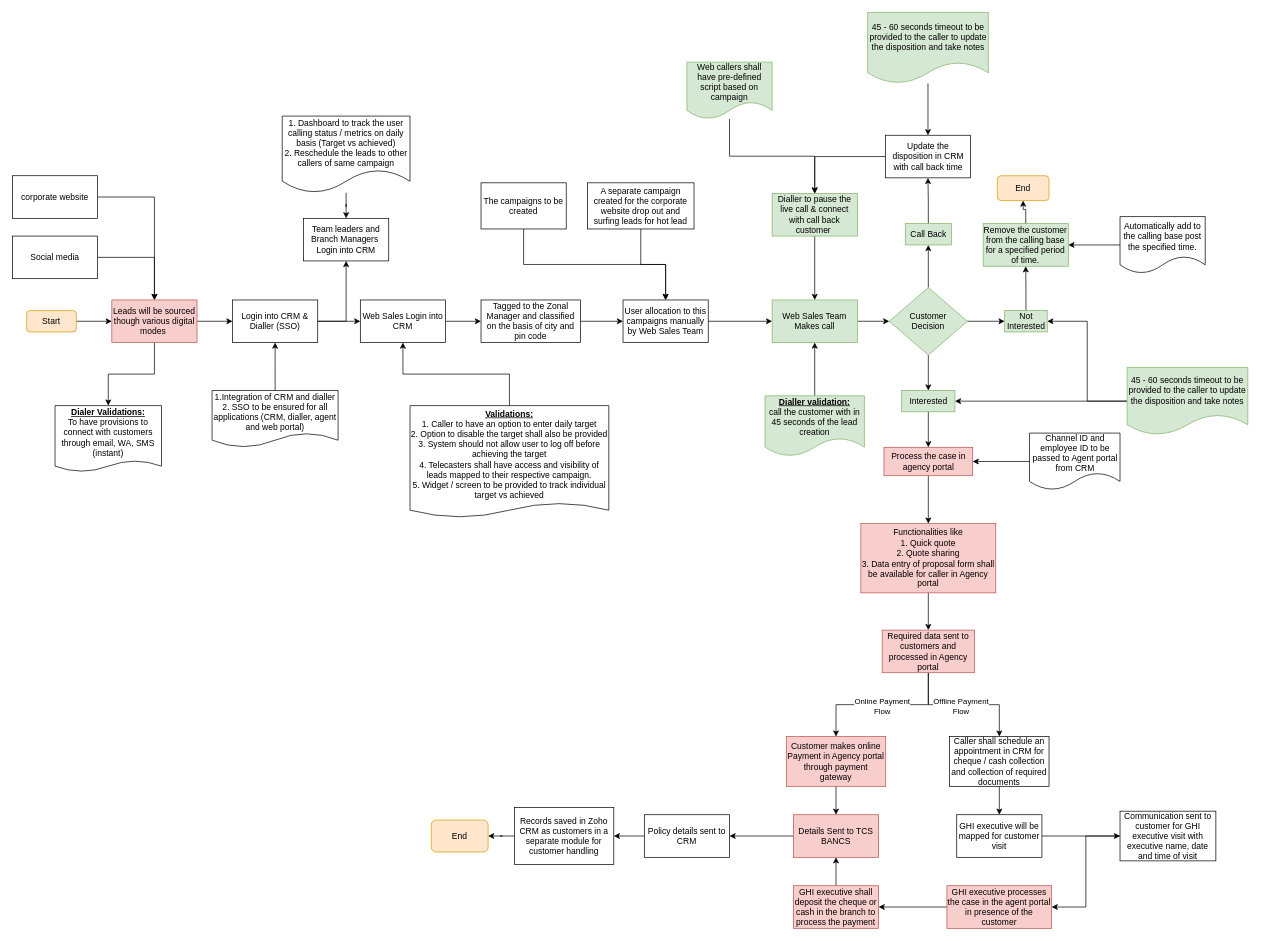
shaileshsreedar/Galaxy keeps this draw.io diagram as WebSales.drawio. Above is the earlier version. Source tidied: cells renumbered, new cells numbered last; positions are measured from the earlier drawing's top-left corner, leaving out a move shared by most shapes. Both pictures are drawn from the tidied source at 71%, with x=0, y=0 at pixel (12, 12).
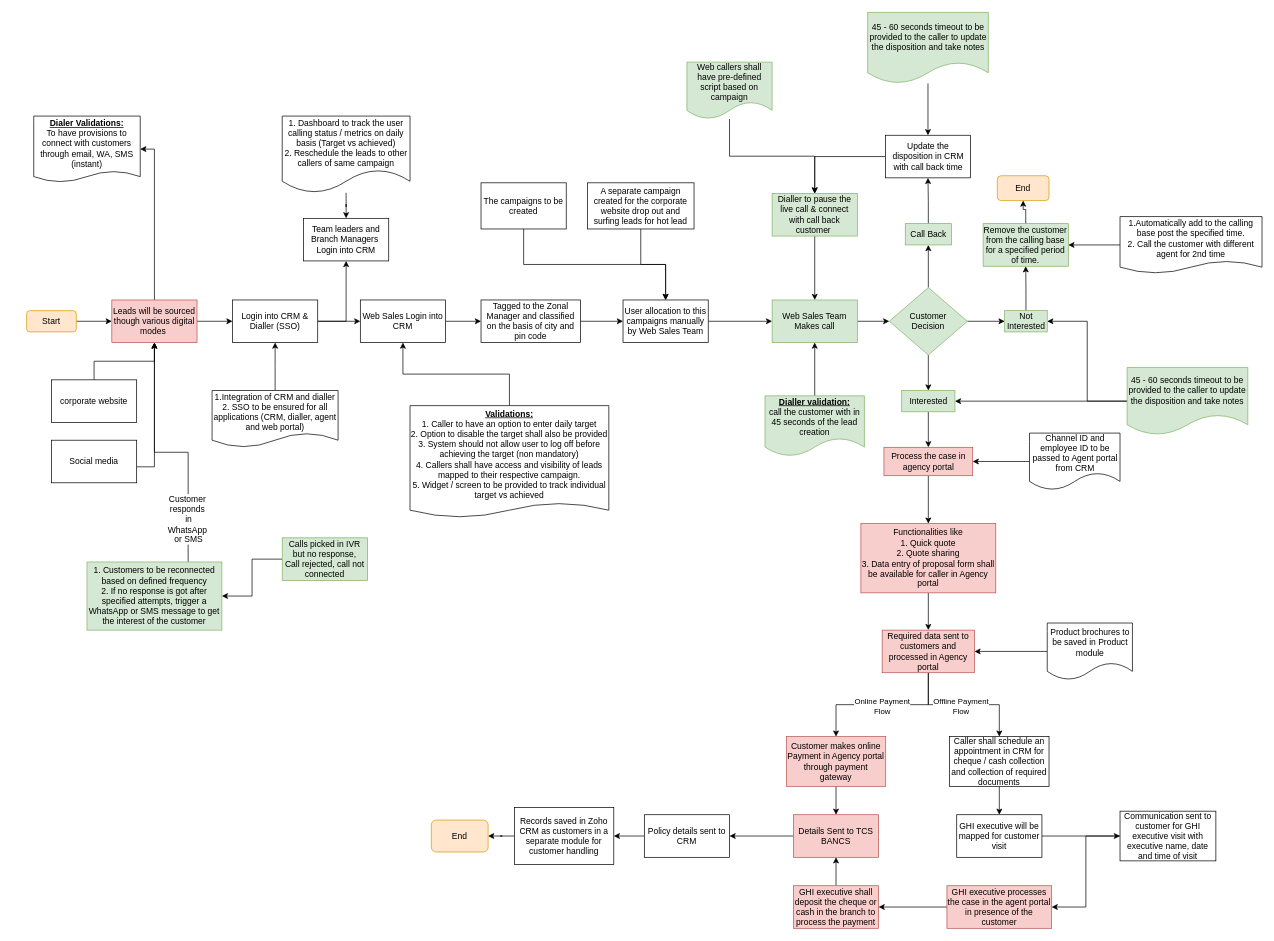
After the change.

Unchanged cells that the change refers to:
```xml
<mxCell id="4" value="Leads will be sourced though various digital modes&amp;nbsp;" style="rounded=0;whiteSpace=wrap;html=1;fillColor=#f8cecc;strokeColor=#b85450;" parent="1" vertex="1">
  <mxGeometry x="140" y="405" width="120" height="60" as="geometry" />
</mxCell>
<mxCell id="52" value="Required data sent to customers and processed in Agency portal" style="rounded=0;whiteSpace=wrap;html=1;fillColor=#f8cecc;strokeColor=#b85450;" parent="1" vertex="1">
  <mxGeometry x="1225" y="870" width="130" height="60" as="geometry" />
</mxCell>
```

What changed in the source:
```diff
@@
-    <mxCell id="3" style="edgeStyle=orthogonalEdgeStyle;rounded=0;jettySize=auto;html=1;entryX=0.5;entryY=0;entryDx=0;entryDy=0;" parent="1" edge="1" source="4" target="90">
+    <mxCell id="3" style="edgeStyle=orthogonalEdgeStyle;rounded=0;jettySize=auto;html=1;exitX=0.5;exitY=0;exitDx=0;exitDy=0;entryX=1;entryY=0.5;entryDx=0;entryDy=0;" parent="1" edge="1" source="4" target="90">
       <mxGeometry relative="1" as="geometry" />
     </mxCell>
@@
-    <mxCell id="5" style="edgeStyle=orthogonalEdgeStyle;rounded=0;jettySize=auto;html=1;entryX=0.5;entryY=0;entryDx=0;entryDy=0;exitX=1;exitY=0.5;exitDx=0;exitDy=0;" parent="1" edge="1" source="6" target="4">
-      <mxGeometry relative="1" as="geometry" />
+    <mxCell id="5" style="edgeStyle=orthogonalEdgeStyle;rounded=0;jettySize=auto;html=1;entryX=0.5;entryY=1;entryDx=0;entryDy=0;" parent="1" edge="1" source="6" target="4">
+      <mxGeometry relative="1" as="geometry">
+        <Array as="points">
+          <mxPoint x="200" y="640" />
+        </Array>
+      </mxGeometry>
     </mxCell>
     <mxCell id="6" value="Social media" style="rounded=0;whiteSpace=wrap;html=1;" parent="1" vertex="1">
-      <mxGeometry y="315" width="120" height="60" as="geometry" />
+      <mxGeometry x="55" y="602.5" width="120" height="60" as="geometry" />
     </mxCell>
-    <mxCell id="7" style="edgeStyle=orthogonalEdgeStyle;rounded=0;jettySize=auto;html=1;entryX=0.5;entryY=0;entryDx=0;entryDy=0;exitX=1;exitY=0.5;exitDx=0;exitDy=0;" parent="1" edge="1" source="8" target="4">
+    <mxCell id="7" style="edgeStyle=orthogonalEdgeStyle;rounded=0;jettySize=auto;html=1;entryX=0.5;entryY=1;entryDx=0;entryDy=0;" parent="1" edge="1" source="8" target="4">
       <mxGeometry relative="1" as="geometry" />
     </mxCell>
     <mxCell id="8" value="corporate website" style="rounded=0;whiteSpace=wrap;html=1;" parent="1" vertex="1">
-      <mxGeometry y="230" width="120" height="60" as="geometry" />
+      <mxGeometry x="55" y="517.5" width="120" height="60" as="geometry" />
     </mxCell>
@@
-    <mxCell id="71" value="&lt;span style=&quot;color: rgb(0, 0, 0); font-family: Helvetica; font-size: 12px; font-style: normal; font-variant-ligatures: normal; font-variant-caps: normal; font-weight: 400; letter-spacing: normal; orphans: 2; text-align: center; text-indent: 0px; text-transform: none; widows: 2; word-spacing: 0px; -webkit-text-stroke-width: 0px; white-space: normal; background-color: rgb(251, 251, 251); text-decoration-thickness: initial; text-decoration-style: initial; text-decoration-color: initial; display: inline !important; float: none;&quot;&gt;Automatically add to the calling base post the specified time.&lt;/span&gt;" style="shape=document;whiteSpace=wrap;html=1;boundedLbl=1;" parent="1" vertex="1">
-      <mxGeometry x="1560" y="287.5" width="120" height="80" as="geometry" />
+    <mxCell id="71" value="1.Automatically add to the calling base post the specified time.&lt;div&gt;2. Call the customer with different agent for 2nd time&lt;/div&gt;" style="shape=document;whiteSpace=wrap;html=1;boundedLbl=1;size=0.21875;" parent="1" vertex="1">
+      <mxGeometry x="1560" y="287.5" width="200" height="80" as="geometry" />
     </mxCell>
@@
-    <mxCell id="83" value="&lt;b&gt;&lt;u&gt;Validations:&lt;/u&gt;&lt;/b&gt;&lt;div&gt;1. Caller to have an option to enter daily target&lt;div&gt;2. Option to disable the target shall also be provided&lt;/div&gt;&lt;div&gt;3. System should not allow user to log off before achieving the target&lt;/div&gt;&lt;/div&gt;&lt;div&gt;4. Telecasters shall have access and visibility of leads mapped to their respective campaign.&lt;/div&gt;&lt;div&gt;5. Widget / screen to be provided to track individual target vs achieved&lt;/div&gt;" style="shape=document;whiteSpace=wrap;html=1;boundedLbl=1;size=0.12987012987012986;" parent="1" vertex="1">
+    <mxCell id="83" value="&lt;b&gt;&lt;u&gt;Validations:&lt;/u&gt;&lt;/b&gt;&lt;div&gt;1. Caller to have an option to enter daily target&lt;div&gt;2. Option to disable the target shall also be provided&lt;/div&gt;&lt;div&gt;3. System should not allow user to log off before achieving the target (non mandatory)&lt;/div&gt;&lt;/div&gt;&lt;div&gt;4. Callers shall have access and visibility of leads mapped to their respective campaign.&lt;/div&gt;&lt;div&gt;5. Widget / screen to be provided to track individual target vs achieved&lt;/div&gt;" style="shape=document;whiteSpace=wrap;html=1;boundedLbl=1;size=0.12987012987012986;" parent="1" vertex="1">
       <mxGeometry x="560" y="553.8" width="280" height="157.5" as="geometry" />
     </mxCell>
@@
     <mxCell id="90" value="&lt;b&gt;&lt;u&gt;Dialer Validations:&lt;/u&gt;&lt;/b&gt;&lt;div&gt;To have provisions to connect with customers through email, WA, SMS (instant)&lt;/div&gt;" style="shape=document;whiteSpace=wrap;html=1;boundedLbl=1;size=0.16666666666666666;" parent="1" vertex="1">
-      <mxGeometry x="60" y="553.8" width="150" height="93" as="geometry" />
+      <mxGeometry x="30" y="146" width="150" height="93" as="geometry" />
     </mxCell>
@@
+    <mxCell id="93" style="edgeStyle=orthogonalEdgeStyle;rounded=0;jettySize=auto;html=1;" parent="1" edge="1" source="94" target="97">
+      <mxGeometry relative="1" as="geometry" />
+    </mxCell>
+    <mxCell id="94" value="Calls picked in IVR but no response,&lt;div&gt;Call rejected, call not connected&lt;/div&gt;" style="rounded=0;whiteSpace=wrap;html=1;fillColor=#d5e8d4;strokeColor=#82b366;" parent="1" vertex="1">
+      <mxGeometry x="380" y="740" width="120" height="60" as="geometry" />
+    </mxCell>
+    <mxCell id="95" style="edgeStyle=orthogonalEdgeStyle;rounded=0;jettySize=auto;html=1;exitX=0.75;exitY=0;exitDx=0;exitDy=0;entryX=0.5;entryY=1;entryDx=0;entryDy=0;" parent="1" edge="1" source="97" target="4">
+      <mxGeometry relative="1" as="geometry" />
+    </mxCell>
+    <mxCell id="96" value="&lt;span style=&quot;font-size: 12px; text-wrap: wrap;&quot;&gt;Customer&amp;nbsp;&lt;/span&gt;&lt;div&gt;&lt;span style=&quot;font-size: 12px; text-wrap: wrap;&quot;&gt;responds&amp;nbsp;&lt;/span&gt;&lt;div&gt;&lt;span style=&quot;font-size: 12px; text-wrap: wrap;&quot;&gt;in WhatsApp&amp;nbsp;&lt;/span&gt;&lt;/div&gt;&lt;div&gt;&lt;span style=&quot;font-size: 12px; text-wrap: wrap;&quot;&gt;or SMS&lt;/span&gt;&lt;br&gt;&lt;/div&gt;&lt;/div&gt;" style="edgeLabel;html=1;align=center;verticalAlign=middle;" parent="95" vertex="1">
+      <mxGeometry x="-0.66" y="1" relative="1" as="geometry">
+        <mxPoint x="1" as="offset" />
+      </mxGeometry>
+    </mxCell>
+    <mxCell id="97" value="1. Customers to be reconnected based on defined frequency&lt;div&gt;2. If no response is got after specified attempts, trigger a WhatsApp or SMS message to get the interest of the customer&lt;/div&gt;" style="rounded=0;whiteSpace=wrap;html=1;fillColor=#d5e8d4;strokeColor=#82b366;" parent="1" vertex="1">
+      <mxGeometry x="105" y="774" width="190" height="96" as="geometry" />
+    </mxCell>
+    <mxCell id="98" style="edgeStyle=orthogonalEdgeStyle;rounded=0;jettySize=auto;html=1;" parent="1" edge="1" source="99" target="52">
+      <mxGeometry relative="1" as="geometry" />
+    </mxCell>
+    <mxCell id="99" value="Product brochures to be saved in Product module" style="shape=document;whiteSpace=wrap;html=1;boundedLbl=1;" parent="1" vertex="1">
+      <mxGeometry x="1457.5" y="860" width="120" height="80" as="geometry" />
+    </mxCell>
```
